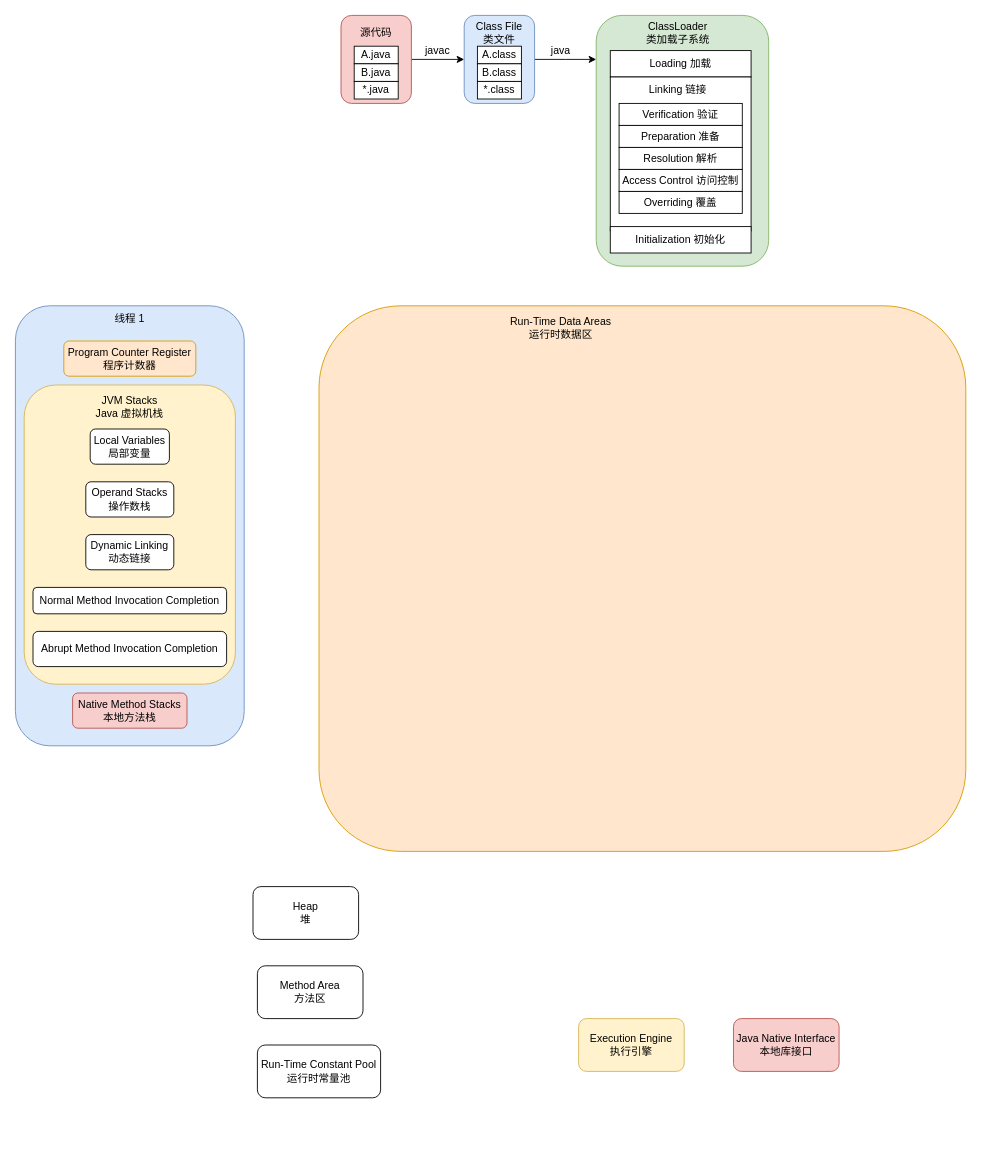
Xianzhan/amind keeps this draw.io diagram as Project/openjdk/jvm/Architecture.drawio. Above is the earlier version. Source tidied: cells renumbered, new cells numbered last; positions are measured from the earlier drawing's top-left corner, leaving out a move shared by most shapes. Both pictures are drawn from the tidied source at 88%, with x=0, y=0 at pixel (15, 15).
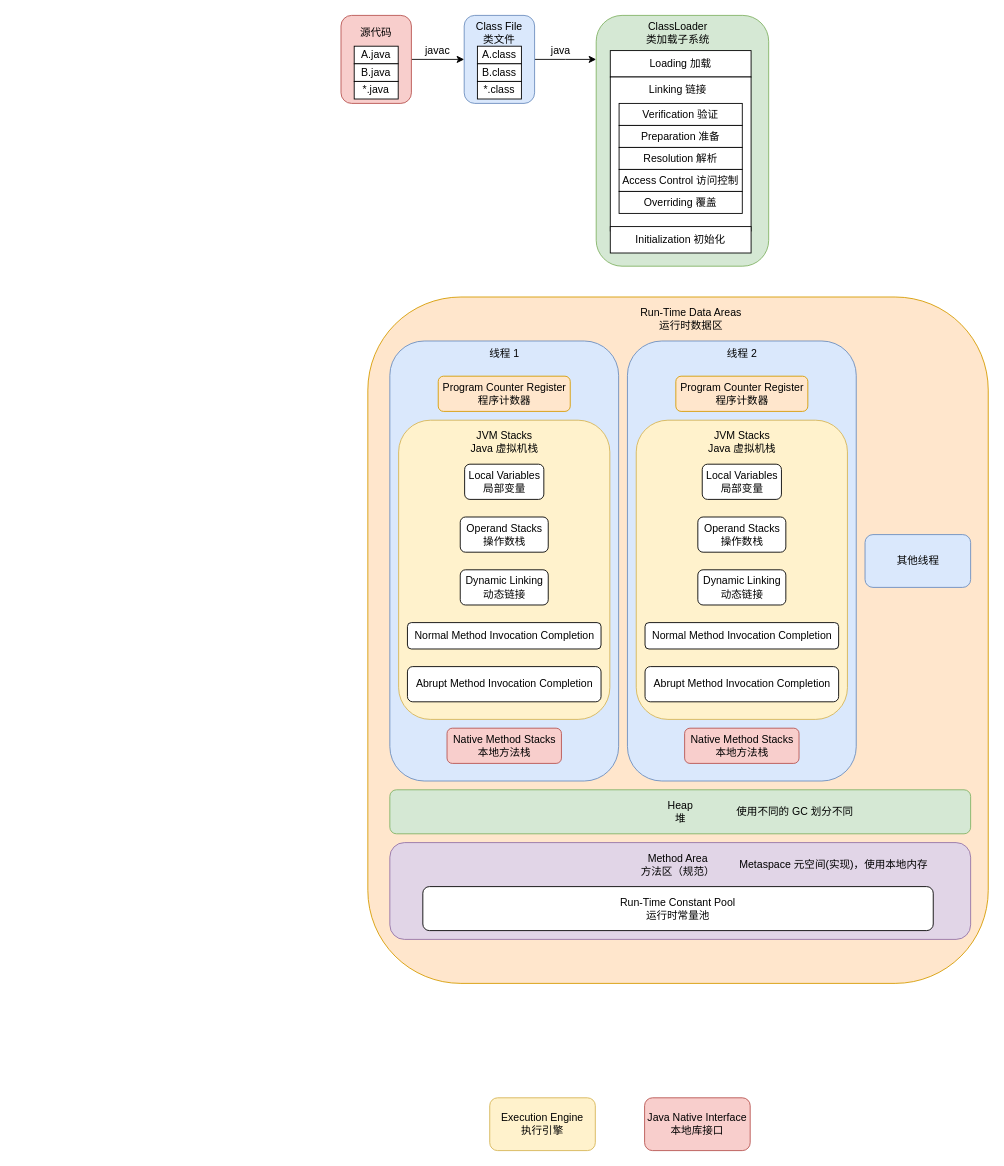
The same page after the edit.

Commit message:
Update Run-Time Data Areas

Change to the diagram source:
```diff
@@
+    <mxCell id="6" style="rounded=1;whiteSpace=wrap;html=1;fillColor=#ffe6cc;strokeColor=#d79b00;" parent="1" vertex="1">
+      <mxGeometry x="400.5" y="320" width="705" height="780" as="geometry" />
+    </mxCell>
     <mxCell id="2" style="rounded=1;whiteSpace=wrap;html=1;fillColor=#dae8fc;strokeColor=#6c8ebf;" parent="1" vertex="1">
-      <mxGeometry y="330" width="260" height="500" as="geometry" />
+      <mxGeometry x="425.5" y="370" width="260" height="500" as="geometry" />
     </mxCell>
@@
-    <mxCell id="6" style="rounded=1;whiteSpace=wrap;html=1;fillColor=#ffe6cc;strokeColor=#d79b00;" parent="1" vertex="1">
-      <mxGeometry x="345" y="330" width="735" height="620" as="geometry" />
-    </mxCell>
     <mxCell id="7" value="Execution Engine&lt;br&gt;执行引擎" style="rounded=1;whiteSpace=wrap;html=1;fillColor=#fff2cc;strokeColor=#d6b656;" parent="1" vertex="1">
-      <mxGeometry x="640" y="1140" width="120" height="60" as="geometry" />
+      <mxGeometry x="539" y="1230" width="120" height="60" as="geometry" />
     </mxCell>
     <mxCell id="8" value="Java Native Interface&lt;br&gt;本地库接口" style="rounded=1;whiteSpace=wrap;html=1;fillColor=#f8cecc;strokeColor=#b85450;" parent="1" vertex="1">
-      <mxGeometry x="816" y="1140" width="120" height="60" as="geometry" />
+      <mxGeometry x="715" y="1230" width="120" height="60" as="geometry" />
     </mxCell>
@@
     <mxCell id="31" value="Run-Time Data Areas&lt;br&gt;运行时数据区" style="text;html=1;strokeColor=none;fillColor=none;align=center;verticalAlign=middle;whiteSpace=wrap;rounded=0;" parent="1" vertex="1">
-      <mxGeometry x="555" y="340" width="130" height="30" as="geometry" />
+      <mxGeometry x="703" y="330" width="130" height="30" as="geometry" />
     </mxCell>
     <mxCell id="32" value="&lt;span style=&quot;&quot;&gt;Program Counter Register&lt;/span&gt;&lt;br style=&quot;&quot;&gt;&lt;span style=&quot;&quot;&gt;程序计数器&lt;/span&gt;" style="rounded=1;whiteSpace=wrap;html=1;fillColor=#ffe6cc;strokeColor=#d79b00;" parent="1" vertex="1">
-      <mxGeometry x="55" y="370" width="150" height="40" as="geometry" />
+      <mxGeometry x="480.5" y="410" width="150" height="40" as="geometry" />
     </mxCell>
     <mxCell id="33" style="rounded=1;whiteSpace=wrap;html=1;fillColor=#fff2cc;strokeColor=#d6b656;" parent="1" vertex="1">
-      <mxGeometry x="10" y="420" width="240" height="340" as="geometry" />
+      <mxGeometry x="435.5" y="460" width="240" height="340" as="geometry" />
     </mxCell>
     <mxCell id="34" value="JVM Stacks&lt;br&gt;Java 虚拟机栈" style="text;html=1;strokeColor=none;fillColor=none;align=center;verticalAlign=middle;whiteSpace=wrap;rounded=0;" parent="1" vertex="1">
-      <mxGeometry x="85" y="430" width="90" height="30" as="geometry" />
+      <mxGeometry x="510.5" y="470" width="90" height="30" as="geometry" />
     </mxCell>
-    <mxCell id="35" value="Heap&lt;br&gt;堆" style="rounded=1;whiteSpace=wrap;html=1;" parent="1" vertex="1">
-      <mxGeometry x="270" y="990" width="120" height="60" as="geometry" />
+    <mxCell id="35" value="Heap&lt;br&gt;堆" style="rounded=1;whiteSpace=wrap;html=1;fillColor=#d5e8d4;strokeColor=#82b366;" parent="1" vertex="1">
+      <mxGeometry x="425.5" y="880" width="660" height="50" as="geometry" />
     </mxCell>
-    <mxCell id="36" value="Method Area&lt;br&gt;方法区" style="rounded=1;whiteSpace=wrap;html=1;" parent="1" vertex="1">
-      <mxGeometry x="275" y="1080" width="120" height="60" as="geometry" />
+    <mxCell id="36" style="rounded=1;whiteSpace=wrap;html=1;fillColor=#e1d5e7;strokeColor=#9673a6;" parent="1" vertex="1">
+      <mxGeometry x="425.5" y="940" width="660" height="110" as="geometry" />
     </mxCell>
     <mxCell id="37" value="Run-Time Constant Pool&lt;br&gt;运行时常量池" style="rounded=1;whiteSpace=wrap;html=1;" parent="1" vertex="1">
-      <mxGeometry x="275" y="1170" width="140" height="60" as="geometry" />
+      <mxGeometry x="463" y="990" width="580" height="50" as="geometry" />
     </mxCell>
     <mxCell id="38" value="Native Method Stacks&lt;br&gt;本地方法栈" style="rounded=1;whiteSpace=wrap;html=1;fillColor=#f8cecc;strokeColor=#b85450;" parent="1" vertex="1">
-      <mxGeometry x="65" y="770" width="130" height="40" as="geometry" />
+      <mxGeometry x="490.5" y="810" width="130" height="40" as="geometry" />
     </mxCell>
     <mxCell id="39" value="Local Variables&lt;br&gt;局部变量" style="rounded=1;whiteSpace=wrap;html=1;" parent="1" vertex="1">
-      <mxGeometry x="85" y="470" width="90" height="40" as="geometry" />
+      <mxGeometry x="510.5" y="510" width="90" height="40" as="geometry" />
     </mxCell>
     <mxCell id="40" value="Operand Stacks&lt;br&gt;操作数栈" style="rounded=1;whiteSpace=wrap;html=1;" parent="1" vertex="1">
-      <mxGeometry x="80" y="530" width="100" height="40" as="geometry" />
+      <mxGeometry x="505.5" y="570" width="100" height="40" as="geometry" />
     </mxCell>
     <mxCell id="41" value="Dynamic Linking&lt;br&gt;动态链接" style="rounded=1;whiteSpace=wrap;html=1;" parent="1" vertex="1">
-      <mxGeometry x="80" y="590" width="100" height="40" as="geometry" />
+      <mxGeometry x="505.5" y="630" width="100" height="40" as="geometry" />
     </mxCell>
     <mxCell id="42" value="Normal Method Invocation Completion" style="rounded=1;whiteSpace=wrap;html=1;" parent="1" vertex="1">
-      <mxGeometry x="20" y="650" width="220" height="30" as="geometry" />
+      <mxGeometry x="445.5" y="690" width="220" height="30" as="geometry" />
     </mxCell>
     <mxCell id="43" value="Abrupt Method Invocation Completion" style="rounded=1;whiteSpace=wrap;html=1;" parent="1" vertex="1">
-      <mxGeometry x="20" y="700" width="220" height="40" as="geometry" />
+      <mxGeometry x="445.5" y="740" width="220" height="40" as="geometry" />
     </mxCell>
     <mxCell id="44" value="线程 1" style="text;html=1;strokeColor=none;fillColor=none;align=center;verticalAlign=middle;whiteSpace=wrap;rounded=0;" parent="1" vertex="1">
-      <mxGeometry x="100" y="330" width="60" height="30" as="geometry" />
+      <mxGeometry x="525.5" y="370" width="60" height="30" as="geometry" />
     </mxCell>
+    <mxCell id="45" value="Method Area&lt;br&gt;方法区（规范）" style="text;html=1;strokeColor=none;fillColor=none;align=center;verticalAlign=middle;whiteSpace=wrap;rounded=0;" parent="1" vertex="1">
+      <mxGeometry x="708" y="950" width="90" height="30" as="geometry" />
+    </mxCell>
+    <mxCell id="46" style="rounded=1;whiteSpace=wrap;html=1;fillColor=#dae8fc;strokeColor=#6c8ebf;" parent="1" vertex="1">
+      <mxGeometry x="695.5" y="370" width="260" height="500" as="geometry" />
+    </mxCell>
+    <mxCell id="47" value="&lt;span style=&quot;&quot;&gt;Program Counter Register&lt;/span&gt;&lt;br style=&quot;&quot;&gt;&lt;span style=&quot;&quot;&gt;程序计数器&lt;/span&gt;" style="rounded=1;whiteSpace=wrap;html=1;fillColor=#ffe6cc;strokeColor=#d79b00;" parent="1" vertex="1">
+      <mxGeometry x="750.5" y="410" width="150" height="40" as="geometry" />
+    </mxCell>
+    <mxCell id="48" style="rounded=1;whiteSpace=wrap;html=1;fillColor=#fff2cc;strokeColor=#d6b656;" parent="1" vertex="1">
+      <mxGeometry x="705.5" y="460" width="240" height="340" as="geometry" />
+    </mxCell>
+    <mxCell id="49" value="JVM Stacks&lt;br&gt;Java 虚拟机栈" style="text;html=1;strokeColor=none;fillColor=none;align=center;verticalAlign=middle;whiteSpace=wrap;rounded=0;" parent="1" vertex="1">
+      <mxGeometry x="780.5" y="470" width="90" height="30" as="geometry" />
+    </mxCell>
+    <mxCell id="50" value="Native Method Stacks&lt;br&gt;本地方法栈" style="rounded=1;whiteSpace=wrap;html=1;fillColor=#f8cecc;strokeColor=#b85450;" parent="1" vertex="1">
+      <mxGeometry x="760.5" y="810" width="130" height="40" as="geometry" />
+    </mxCell>
+    <mxCell id="51" value="Local Variables&lt;br&gt;局部变量" style="rounded=1;whiteSpace=wrap;html=1;" parent="1" vertex="1">
+      <mxGeometry x="780.5" y="510" width="90" height="40" as="geometry" />
+    </mxCell>
+    <mxCell id="52" value="Operand Stacks&lt;br&gt;操作数栈" style="rounded=1;whiteSpace=wrap;html=1;" parent="1" vertex="1">
+      <mxGeometry x="775.5" y="570" width="100" height="40" as="geometry" />
+    </mxCell>
+    <mxCell id="53" value="Dynamic Linking&lt;br&gt;动态链接" style="rounded=1;whiteSpace=wrap;html=1;" parent="1" vertex="1">
+      <mxGeometry x="775.5" y="630" width="100" height="40" as="geometry" />
+    </mxCell>
+    <mxCell id="54" value="Normal Method Invocation Completion" style="rounded=1;whiteSpace=wrap;html=1;" parent="1" vertex="1">
+      <mxGeometry x="715.5" y="690" width="220" height="30" as="geometry" />
+    </mxCell>
+    <mxCell id="55" value="Abrupt Method Invocation Completion" style="rounded=1;whiteSpace=wrap;html=1;" parent="1" vertex="1">
+      <mxGeometry x="715.5" y="740" width="220" height="40" as="geometry" />
+    </mxCell>
+    <mxCell id="56" value="线程 2" style="text;html=1;strokeColor=none;fillColor=none;align=center;verticalAlign=middle;whiteSpace=wrap;rounded=0;" parent="1" vertex="1">
+      <mxGeometry x="795.5" y="370" width="60" height="30" as="geometry" />
+    </mxCell>
+    <mxCell id="57" value="其他线程" style="rounded=1;whiteSpace=wrap;html=1;fillColor=#dae8fc;strokeColor=#6c8ebf;" parent="1" vertex="1">
+      <mxGeometry x="965.5" y="590" width="120" height="60" as="geometry" />
+    </mxCell>
+    <mxCell id="58" value="使用不同的 GC 划分不同" style="text;html=1;strokeColor=none;fillColor=none;align=center;verticalAlign=middle;whiteSpace=wrap;rounded=0;" parent="1" vertex="1">
+      <mxGeometry x="810.5" y="890" width="149.5" height="30" as="geometry" />
+    </mxCell>
+    <mxCell id="59" value="Metaspace 元空间(实现)，使用本地内存" style="text;html=1;strokeColor=none;fillColor=none;align=center;verticalAlign=middle;whiteSpace=wrap;rounded=0;" parent="1" vertex="1">
+      <mxGeometry x="820" y="950" width="220" height="30" as="geometry" />
+    </mxCell>
```
